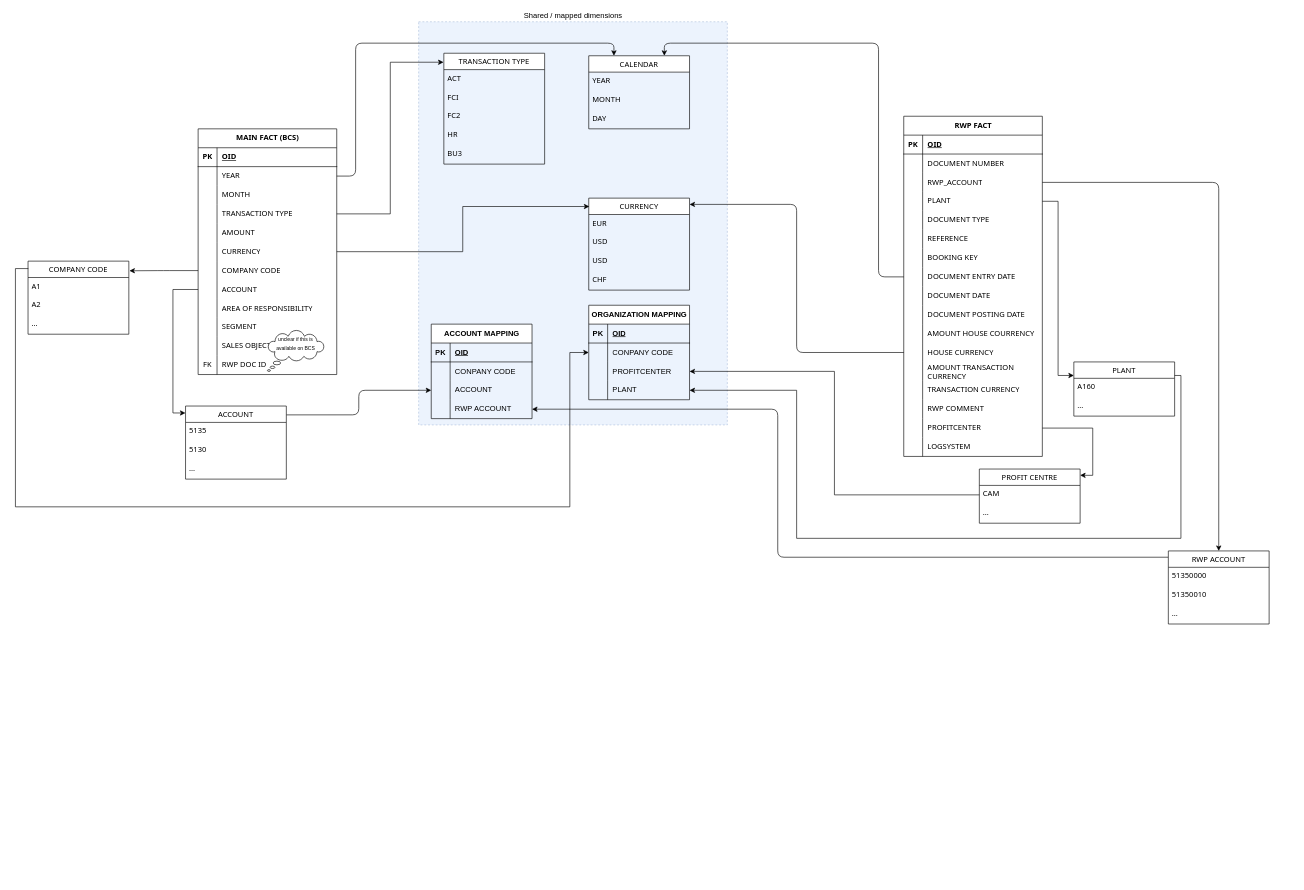
This is Untitled Diagram.drawio from fy-nn/test, a draw.io file, before an edit. Source tidied: cells renumbered, new cells numbered last; positions are measured from the earlier drawing's top-left corner, leaving out a move shared by most shapes. Both pictures are drawn from the tidied source at 63%, with x=0, y=0 at pixel (15, 21).
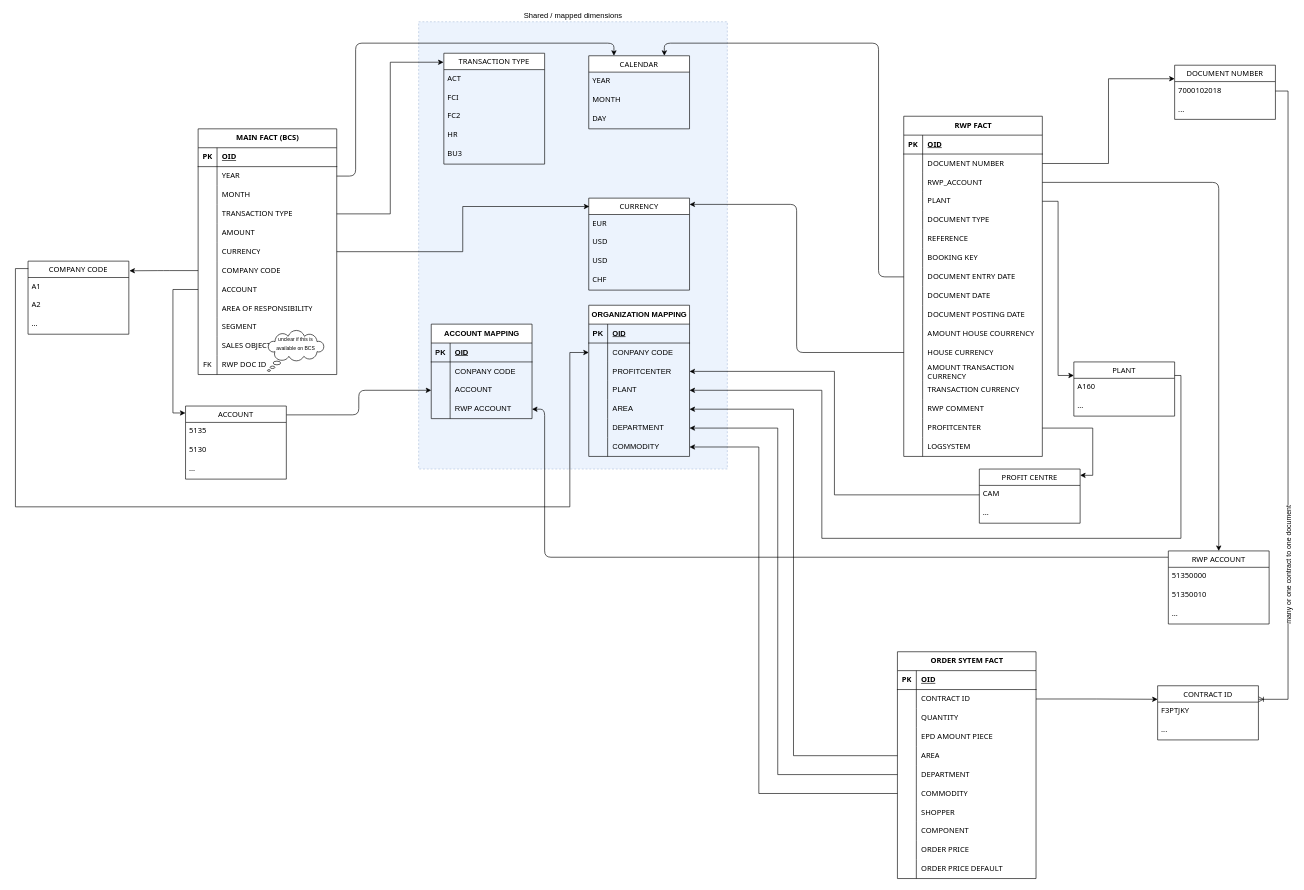
Above is the later version.

The change refers to these unchanged cells:
```xml
<mxCell id="76" style="shape=tableRow;horizontal=0;startSize=0;swimlaneHead=0;swimlaneBody=0;fillColor=none;points=[[0,0.5],[1,0.5]];portConstraint=eastwest;top=0;left=0;right=0;bottom=0;" parent="66" vertex="1">
  <mxGeometry y="120" width="160" height="30" as="geometry" />
</mxCell>
<mxCell id="81" value="RWP ACCOUNT" style="swimlane;fontStyle=0;horizontal=1;startSize=26;align=center;fontSize=12;hachureGap=4;fontFamily=Tahoma;rounded=0;" parent="1" vertex="1">
  <mxGeometry x="1830" y="840" width="160" height="116" as="geometry" />
</mxCell>
<mxCell id="101" style="shape=tableRow;horizontal=0;startSize=0;swimlaneHead=0;swimlaneBody=0;fillColor=none;points=[[0,0.5],[1,0.5]];portConstraint=eastwest;top=0;left=0;right=0;bottom=0;" parent="91" vertex="1">
  <mxGeometry y="120" width="160" height="30" as="geometry" />
</mxCell>
<mxCell id="114" style="shape=tableRow;horizontal=0;startSize=0;swimlaneHead=0;swimlaneBody=0;fillColor=none;points=[[0,0.5],[1,0.5]];portConstraint=eastwest;top=0;left=0;right=0;bottom=0;hachureGap=4;fontFamily=Tahoma;fontSize=12;rounded=0;" parent="110" vertex="1">
  <mxGeometry y="60" width="220" height="30" as="geometry" />
</mxCell>
<mxCell id="162" value="PLANT" style="swimlane;fontStyle=0;horizontal=1;startSize=26;align=center;fontSize=12;hachureGap=4;fontFamily=Tahoma;rounded=0;" parent="1" vertex="1">
  <mxGeometry x="1680" y="540" width="160" height="86" as="geometry" />
</mxCell>
```

The edit, as a diff of the source:
```diff
@@
     <mxCell id="2" value="Shared / mapped dimensions" style="verticalLabelPosition=top;verticalAlign=bottom;html=1;shape=mxgraph.basic.rect;fillColor2=none;strokeWidth=1;size=20;indent=5;fillColor=#dae8fc;strokeColor=#6c8ebf;dashed=1;shadow=0;opacity=50;horizontal=1;align=center;labelPosition=center;" parent="1" vertex="1">
-      <mxGeometry x="640" width="490" height="640" as="geometry" />
+      <mxGeometry x="640" width="490" height="710" as="geometry" />
     </mxCell>
@@
     <mxCell id="64" style="edgeStyle=orthogonalEdgeStyle;jettySize=auto;html=1;exitX=0;exitY=0.086;exitDx=0;exitDy=0;entryX=1;entryY=0.5;entryDx=0;entryDy=0;exitPerimeter=0;" parent="1" edge="1" source="81" target="76">
       <mxGeometry relative="1" as="geometry">
         <Array as="points">
-          <mxPoint x="1210" y="850" />
-          <mxPoint x="1210" y="615" />
+          <mxPoint x="840" y="850" />
+          <mxPoint x="840" y="615" />
         </Array>
       </mxGeometry>
     </mxCell>
@@
     <mxCell id="91" value="ORGANIZATION MAPPING" style="shape=table;startSize=30;childLayout=tableLayout;rowLines=0;fontStyle=1;align=center;html=1;" parent="1" vertex="1">
-      <mxGeometry x="910" y="450" width="160" height="150" as="geometry" />
+      <mxGeometry x="910" y="450" width="160" height="240" as="geometry" />
     </mxCell>
@@
+    <mxCell id="167" style="shape=tableRow;horizontal=0;startSize=0;swimlaneHead=0;swimlaneBody=0;fillColor=none;points=[[0,0.5],[1,0.5]];portConstraint=eastwest;top=0;left=0;right=0;bottom=0;" parent="91" vertex="1">
+      <mxGeometry y="150" width="160" height="30" as="geometry" />
+    </mxCell>
+    <mxCell id="168" style="shape=partialRectangle;fillColor=none;top=0;left=0;bottom=0;right=0;overflow=hidden;whiteSpace=wrap;html=1;" parent="167" vertex="1">
+      <mxGeometry width="30" height="30" as="geometry" />
+    </mxCell>
+    <mxCell id="169" value="AREA" style="shape=partialRectangle;fillColor=none;top=0;left=0;bottom=0;right=0;align=left;spacingLeft=6;overflow=hidden;whiteSpace=wrap;html=1;" parent="167" vertex="1">
+      <mxGeometry x="30" width="130" height="30" as="geometry" />
+    </mxCell>
+    <mxCell id="170" style="shape=tableRow;horizontal=0;startSize=0;swimlaneHead=0;swimlaneBody=0;fillColor=none;points=[[0,0.5],[1,0.5]];portConstraint=eastwest;top=0;left=0;right=0;bottom=0;" parent="91" vertex="1">
+      <mxGeometry y="180" width="160" height="30" as="geometry" />
+    </mxCell>
+    <mxCell id="171" style="shape=partialRectangle;fillColor=none;top=0;left=0;bottom=0;right=0;overflow=hidden;whiteSpace=wrap;html=1;" parent="170" vertex="1">
+      <mxGeometry width="30" height="30" as="geometry" />
+    </mxCell>
+    <mxCell id="172" value="DEPARTMENT" style="shape=partialRectangle;fillColor=none;top=0;left=0;bottom=0;right=0;align=left;spacingLeft=6;overflow=hidden;whiteSpace=wrap;html=1;" parent="170" vertex="1">
+      <mxGeometry x="30" width="130" height="30" as="geometry" />
+    </mxCell>
+    <mxCell id="173" style="shape=tableRow;horizontal=0;startSize=0;swimlaneHead=0;swimlaneBody=0;fillColor=none;points=[[0,0.5],[1,0.5]];portConstraint=eastwest;top=0;left=0;right=0;bottom=0;" parent="91" vertex="1">
+      <mxGeometry y="210" width="160" height="30" as="geometry" />
+    </mxCell>
+    <mxCell id="174" style="shape=partialRectangle;fillColor=none;top=0;left=0;bottom=0;right=0;overflow=hidden;whiteSpace=wrap;html=1;" parent="173" vertex="1">
+      <mxGeometry width="30" height="30" as="geometry" />
+    </mxCell>
+    <mxCell id="175" value="COMMODITY" style="shape=partialRectangle;fillColor=none;top=0;left=0;bottom=0;right=0;align=left;spacingLeft=6;overflow=hidden;whiteSpace=wrap;html=1;" parent="173" vertex="1">
+      <mxGeometry x="30" width="130" height="30" as="geometry" />
+    </mxCell>
@@
     <mxCell id="165" style="edgeStyle=orthogonalEdgeStyle;rounded=0;jettySize=auto;html=1;entryX=1;entryY=0.5;entryDx=0;entryDy=0;exitX=1;exitY=0.25;exitDx=0;exitDy=0;" parent="1" edge="1" source="162" target="101">
       <mxGeometry relative="1" as="geometry">
         <Array as="points">
           <mxPoint x="1850" y="562" />
           <mxPoint x="1850" y="820" />
-          <mxPoint x="1240" y="820" />
-          <mxPoint x="1240" y="585" />
+          <mxPoint x="1280" y="820" />
+          <mxPoint x="1280" y="585" />
         </Array>
       </mxGeometry>
     </mxCell>
@@
+    <mxCell id="176" value="ORDER SYTEM FACT" style="shape=table;startSize=30;childLayout=tableLayout;rowLines=0;fontStyle=1;align=center;html=1;hachureGap=4;fontFamily=Tahoma;fontSize=12;rounded=0;" parent="1" vertex="1">
+      <mxGeometry x="1400" y="1000" width="220" height="360" as="geometry" />
+    </mxCell>
+    <mxCell id="177" style="shape=tableRow;horizontal=0;startSize=0;swimlaneHead=0;swimlaneBody=0;fillColor=none;top=0;left=0;right=0;bottom=1;hachureGap=4;fontFamily=Tahoma;fontSize=12;rounded=0;" parent="176" vertex="1">
+      <mxGeometry y="30" width="220" height="30" as="geometry" />
+    </mxCell>
+    <mxCell id="178" value="PK" style="shape=partialRectangle;fillColor=none;top=0;left=0;bottom=0;right=0;fontStyle=1;overflow=hidden;whiteSpace=wrap;html=1;hachureGap=4;fontFamily=Tahoma;fontSize=12;rounded=0;" parent="177" vertex="1">
+      <mxGeometry width="30" height="30" as="geometry" />
+    </mxCell>
+    <mxCell id="179" value="OID" style="shape=partialRectangle;fillColor=none;top=0;left=0;bottom=0;right=0;align=left;spacingLeft=6;fontStyle=5;overflow=hidden;whiteSpace=wrap;html=1;hachureGap=4;fontFamily=Tahoma;fontSize=12;rounded=0;" parent="177" vertex="1">
+      <mxGeometry x="30" width="190" height="30" as="geometry" />
+    </mxCell>
+    <mxCell id="180" style="shape=tableRow;horizontal=0;startSize=0;swimlaneHead=0;swimlaneBody=0;fillColor=none;points=[[0,0.5],[1,0.5]];portConstraint=eastwest;top=0;left=0;right=0;bottom=0;hachureGap=4;fontFamily=Tahoma;fontSize=12;rounded=0;" parent="176" vertex="1">
+      <mxGeometry y="60" width="220" height="30" as="geometry" />
+    </mxCell>
+    <mxCell id="181" style="shape=partialRectangle;fillColor=none;top=0;left=0;bottom=0;right=0;overflow=hidden;whiteSpace=wrap;html=1;hachureGap=4;fontFamily=Tahoma;fontSize=12;rounded=0;" parent="180" vertex="1">
+      <mxGeometry width="30" height="30" as="geometry" />
+    </mxCell>
+    <mxCell id="182" value="CONTRACT ID" style="shape=partialRectangle;fillColor=none;top=0;left=0;bottom=0;right=0;align=left;spacingLeft=6;overflow=hidden;whiteSpace=wrap;html=1;hachureGap=4;fontFamily=Tahoma;fontSize=12;rounded=0;" parent="180" vertex="1">
+      <mxGeometry x="30" width="190" height="30" as="geometry" />
+    </mxCell>
+    <mxCell id="183" style="shape=tableRow;horizontal=0;startSize=0;swimlaneHead=0;swimlaneBody=0;fillColor=none;top=0;left=0;right=0;bottom=0;hachureGap=4;fontFamily=Tahoma;fontSize=12;rounded=0;" parent="176" vertex="1">
+      <mxGeometry y="90" width="220" height="30" as="geometry" />
+    </mxCell>
+    <mxCell id="184" style="shape=partialRectangle;fillColor=none;top=0;left=0;bottom=0;right=0;overflow=hidden;whiteSpace=wrap;html=1;hachureGap=4;fontFamily=Tahoma;fontSize=12;rounded=0;" parent="183" vertex="1">
+      <mxGeometry width="30" height="30" as="geometry" />
+    </mxCell>
+    <mxCell id="185" value="QUANTITY" style="shape=partialRectangle;fillColor=none;top=0;left=0;bottom=0;right=0;align=left;spacingLeft=6;overflow=hidden;whiteSpace=wrap;html=1;hachureGap=4;fontFamily=Tahoma;fontSize=12;rounded=0;" parent="183" vertex="1">
+      <mxGeometry x="30" width="190" height="30" as="geometry" />
+    </mxCell>
+    <mxCell id="186" style="shape=tableRow;horizontal=0;startSize=0;swimlaneHead=0;swimlaneBody=0;fillColor=none;top=0;left=0;right=0;bottom=0;hachureGap=4;fontFamily=Tahoma;fontSize=12;rounded=0;" parent="176" vertex="1">
+      <mxGeometry y="120" width="220" height="30" as="geometry" />
+    </mxCell>
+    <mxCell id="187" style="shape=partialRectangle;fillColor=none;top=0;left=0;bottom=0;right=0;overflow=hidden;whiteSpace=wrap;html=1;hachureGap=4;fontFamily=Tahoma;fontSize=12;rounded=0;" parent="186" vertex="1">
+      <mxGeometry width="30" height="30" as="geometry" />
+    </mxCell>
+    <mxCell id="188" value="EPD AMOUNT PIECE" style="shape=partialRectangle;fillColor=none;top=0;left=0;bottom=0;right=0;align=left;spacingLeft=6;overflow=hidden;whiteSpace=wrap;html=1;hachureGap=4;fontFamily=Tahoma;fontSize=12;rounded=0;" parent="186" vertex="1">
+      <mxGeometry x="30" width="190" height="30" as="geometry" />
+    </mxCell>
+    <mxCell id="189" style="shape=tableRow;horizontal=0;startSize=0;swimlaneHead=0;swimlaneBody=0;fillColor=none;points=[[0,0.5],[1,0.5]];portConstraint=eastwest;top=0;left=0;right=0;bottom=0;hachureGap=4;fontFamily=Tahoma;fontSize=12;rounded=0;" parent="176" vertex="1">
+      <mxGeometry y="150" width="220" height="30" as="geometry" />
+    </mxCell>
+    <mxCell id="190" style="shape=partialRectangle;fillColor=none;top=0;left=0;bottom=0;right=0;overflow=hidden;whiteSpace=wrap;html=1;hachureGap=4;fontFamily=Tahoma;fontSize=12;rounded=0;" parent="189" vertex="1">
+      <mxGeometry width="30" height="30" as="geometry" />
+    </mxCell>
+    <mxCell id="191" value="AREA" style="shape=partialRectangle;fillColor=none;top=0;left=0;bottom=0;right=0;align=left;spacingLeft=6;overflow=hidden;whiteSpace=wrap;html=1;hachureGap=4;fontFamily=Tahoma;fontSize=12;rounded=0;" parent="189" vertex="1">
+      <mxGeometry x="30" width="190" height="30" as="geometry" />
+    </mxCell>
+    <mxCell id="192" style="shape=tableRow;horizontal=0;startSize=0;swimlaneHead=0;swimlaneBody=0;fillColor=none;points=[[0,0.5],[1,0.5]];portConstraint=eastwest;top=0;left=0;right=0;bottom=0;hachureGap=4;fontFamily=Tahoma;fontSize=12;rounded=0;" parent="176" vertex="1">
+      <mxGeometry y="180" width="220" height="30" as="geometry" />
+    </mxCell>
+    <mxCell id="193" style="shape=partialRectangle;fillColor=none;top=0;left=0;bottom=0;right=0;overflow=hidden;whiteSpace=wrap;html=1;hachureGap=4;fontFamily=Tahoma;fontSize=12;rounded=0;" parent="192" vertex="1">
+      <mxGeometry width="30" height="30" as="geometry" />
+    </mxCell>
+    <mxCell id="194" value="DEPARTMENT" style="shape=partialRectangle;fillColor=none;top=0;left=0;bottom=0;right=0;align=left;spacingLeft=6;overflow=hidden;whiteSpace=wrap;html=1;hachureGap=4;fontFamily=Tahoma;fontSize=12;rounded=0;" parent="192" vertex="1">
+      <mxGeometry x="30" width="190" height="30" as="geometry" />
+    </mxCell>
+    <mxCell id="195" style="shape=tableRow;horizontal=0;startSize=0;swimlaneHead=0;swimlaneBody=0;fillColor=none;points=[[0,0.5],[1,0.5]];portConstraint=eastwest;top=0;left=0;right=0;bottom=0;hachureGap=4;fontFamily=Tahoma;fontSize=12;rounded=0;" parent="176" vertex="1">
+      <mxGeometry y="210" width="220" height="30" as="geometry" />
+    </mxCell>
+    <mxCell id="196" style="shape=partialRectangle;fillColor=none;top=0;left=0;bottom=0;right=0;overflow=hidden;whiteSpace=wrap;html=1;hachureGap=4;fontFamily=Tahoma;fontSize=12;rounded=0;" parent="195" vertex="1">
+      <mxGeometry width="30" height="30" as="geometry" />
+    </mxCell>
+    <mxCell id="197" value="COMMODITY" style="shape=partialRectangle;fillColor=none;top=0;left=0;bottom=0;right=0;align=left;spacingLeft=6;overflow=hidden;whiteSpace=wrap;html=1;hachureGap=4;fontFamily=Tahoma;fontSize=12;rounded=0;" parent="195" vertex="1">
+      <mxGeometry x="30" width="190" height="30" as="geometry" />
+    </mxCell>
+    <mxCell id="198" style="shape=tableRow;horizontal=0;startSize=0;swimlaneHead=0;swimlaneBody=0;fillColor=none;top=0;left=0;right=0;bottom=0;hachureGap=4;fontFamily=Tahoma;fontSize=12;rounded=0;" parent="176" vertex="1">
+      <mxGeometry y="240" width="220" height="30" as="geometry" />
+    </mxCell>
+    <mxCell id="199" style="shape=partialRectangle;fillColor=none;top=0;left=0;bottom=0;right=0;overflow=hidden;whiteSpace=wrap;html=1;hachureGap=4;fontFamily=Tahoma;fontSize=12;rounded=0;" parent="198" vertex="1">
+      <mxGeometry width="30" height="30" as="geometry" />
+    </mxCell>
+    <mxCell id="200" value="SHOPPER" style="shape=partialRectangle;fillColor=none;top=0;left=0;bottom=0;right=0;align=left;spacingLeft=6;overflow=hidden;whiteSpace=wrap;html=1;hachureGap=4;fontFamily=Tahoma;fontSize=12;rounded=0;" parent="198" vertex="1">
+      <mxGeometry x="30" width="190" height="30" as="geometry" />
+    </mxCell>
+    <mxCell id="201" style="shape=tableRow;horizontal=0;startSize=0;swimlaneHead=0;swimlaneBody=0;fillColor=none;top=0;left=0;right=0;bottom=0;hachureGap=4;fontFamily=Tahoma;fontSize=12;rounded=0;" parent="176" vertex="1">
+      <mxGeometry y="270" width="220" height="30" as="geometry" />
+    </mxCell>
+    <mxCell id="202" style="shape=partialRectangle;fillColor=none;top=0;left=0;bottom=0;right=0;overflow=hidden;whiteSpace=wrap;html=1;hachureGap=4;fontFamily=Tahoma;fontSize=12;rounded=0;" parent="201" vertex="1">
+      <mxGeometry width="30" height="30" as="geometry" />
+    </mxCell>
+    <mxCell id="203" value="COMPONENT" style="shape=partialRectangle;fillColor=none;top=0;left=0;bottom=0;right=0;align=left;spacingLeft=6;overflow=hidden;whiteSpace=wrap;html=1;hachureGap=4;fontFamily=Tahoma;fontSize=12;rounded=0;" parent="201" vertex="1">
+      <mxGeometry x="30" width="190" height="30" as="geometry" />
+    </mxCell>
+    <mxCell id="204" style="shape=tableRow;horizontal=0;startSize=0;swimlaneHead=0;swimlaneBody=0;fillColor=none;top=0;left=0;right=0;bottom=0;hachureGap=4;fontFamily=Tahoma;fontSize=12;rounded=0;" parent="176" vertex="1">
+      <mxGeometry y="300" width="220" height="30" as="geometry" />
+    </mxCell>
+    <mxCell id="205" style="shape=partialRectangle;fillColor=none;top=0;left=0;bottom=0;right=0;overflow=hidden;whiteSpace=wrap;html=1;hachureGap=4;fontFamily=Tahoma;fontSize=12;rounded=0;" parent="204" vertex="1">
+      <mxGeometry width="30" height="30" as="geometry" />
+    </mxCell>
+    <mxCell id="206" value="ORDER PRICE" style="shape=partialRectangle;fillColor=none;top=0;left=0;bottom=0;right=0;align=left;spacingLeft=6;overflow=hidden;whiteSpace=wrap;html=1;hachureGap=4;fontFamily=Tahoma;fontSize=12;rounded=0;" parent="204" vertex="1">
+      <mxGeometry x="30" width="190" height="30" as="geometry" />
+    </mxCell>
+    <mxCell id="207" style="shape=tableRow;horizontal=0;startSize=0;swimlaneHead=0;swimlaneBody=0;fillColor=none;top=0;left=0;right=0;bottom=0;hachureGap=4;fontFamily=Tahoma;fontSize=12;rounded=0;" parent="176" vertex="1">
+      <mxGeometry y="330" width="220" height="30" as="geometry" />
+    </mxCell>
+    <mxCell id="208" style="shape=partialRectangle;fillColor=none;top=0;left=0;bottom=0;right=0;overflow=hidden;whiteSpace=wrap;html=1;hachureGap=4;fontFamily=Tahoma;fontSize=12;rounded=0;" parent="207" vertex="1">
+      <mxGeometry width="30" height="30" as="geometry" />
+    </mxCell>
+    <mxCell id="209" value="ORDER PRICE DEFAULT" style="shape=partialRectangle;fillColor=none;top=0;left=0;bottom=0;right=0;align=left;spacingLeft=6;overflow=hidden;whiteSpace=wrap;html=1;hachureGap=4;fontFamily=Tahoma;fontSize=12;rounded=0;" parent="207" vertex="1">
+      <mxGeometry x="30" width="190" height="30" as="geometry" />
+    </mxCell>
+    <mxCell id="210" style="edgeStyle=orthogonalEdgeStyle;rounded=0;jettySize=auto;html=1;exitX=1;exitY=0.25;exitDx=0;exitDy=0;entryX=1;entryY=0.5;entryDx=0;entryDy=0;startArrow=ERoneToMany;startFill=0;endArrow=none;endFill=0;" parent="1" edge="1" source="212" target="217">
+      <mxGeometry relative="1" as="geometry" />
+    </mxCell>
+    <mxCell id="211" value="many or one contract to one document" style="edgeLabel;html=1;align=center;verticalAlign=middle;rotation=-90;" parent="210" vertex="1">
+      <mxGeometry x="-0.75" y="-1" relative="1" as="geometry">
+        <mxPoint x="-1" y="-130" as="offset" />
+      </mxGeometry>
+    </mxCell>
+    <mxCell id="212" value="CONTRACT ID" style="swimlane;fontStyle=0;horizontal=1;startSize=26;align=center;fontSize=12;hachureGap=4;fontFamily=Tahoma;rounded=0;" parent="1" vertex="1">
+      <mxGeometry x="1813" y="1054" width="160" height="86" as="geometry" />
+    </mxCell>
+    <mxCell id="213" value="F3PTJKY" style="text;strokeColor=none;fillColor=none;spacingLeft=4;spacingRight=4;overflow=hidden;fontSize=12;whiteSpace=wrap;html=1;fontFamily=Tahoma;rounded=0;" parent="212" vertex="1">
+      <mxGeometry y="26" width="160" height="30" as="geometry" />
+    </mxCell>
+    <mxCell id="214" value="..." style="text;strokeColor=none;fillColor=none;spacingLeft=4;spacingRight=4;overflow=hidden;fontSize=12;whiteSpace=wrap;html=1;fontFamily=Tahoma;rounded=0;" parent="212" vertex="1">
+      <mxGeometry y="56" width="160" height="30" as="geometry" />
+    </mxCell>
+    <mxCell id="215" style="edgeStyle=orthogonalEdgeStyle;rounded=0;jettySize=auto;html=1;exitX=1;exitY=0.5;exitDx=0;exitDy=0;entryX=0;entryY=0.25;entryDx=0;entryDy=0;" parent="1" edge="1" source="180" target="212">
+      <mxGeometry relative="1" as="geometry" />
+    </mxCell>
+    <mxCell id="216" value="DOCUMENT NUMBER" style="swimlane;fontStyle=0;horizontal=1;startSize=26;align=center;fontSize=12;hachureGap=4;fontFamily=Tahoma;rounded=0;" parent="1" vertex="1">
+      <mxGeometry x="1840" y="69" width="160" height="86" as="geometry" />
+    </mxCell>
+    <mxCell id="217" value="&lt;div&gt;7000102018&lt;/div&gt;" style="text;strokeColor=none;fillColor=none;spacingLeft=4;spacingRight=4;overflow=hidden;points=[[0,0.5],[1,0.5]];portConstraint=eastwest;fontSize=12;whiteSpace=wrap;html=1;fontFamily=Tahoma;rounded=0;" parent="216" vertex="1">
+      <mxGeometry y="26" width="160" height="30" as="geometry" />
+    </mxCell>
+    <mxCell id="218" value="..." style="text;strokeColor=none;fillColor=none;spacingLeft=4;spacingRight=4;overflow=hidden;fontSize=12;whiteSpace=wrap;html=1;fontFamily=Tahoma;rounded=0;" parent="216" vertex="1">
+      <mxGeometry y="56" width="160" height="30" as="geometry" />
+    </mxCell>
+    <mxCell id="219" style="edgeStyle=orthogonalEdgeStyle;rounded=0;jettySize=auto;html=1;entryX=0;entryY=0.25;entryDx=0;entryDy=0;" parent="1" edge="1" source="114" target="216">
+      <mxGeometry relative="1" as="geometry" />
+    </mxCell>
+    <mxCell id="220" style="edgeStyle=orthogonalEdgeStyle;rounded=0;jettySize=auto;html=1;entryX=1;entryY=0.5;entryDx=0;entryDy=0;" parent="1" edge="1" source="189" target="167">
+      <mxGeometry relative="1" as="geometry" />
+    </mxCell>
+    <mxCell id="221" style="edgeStyle=orthogonalEdgeStyle;rounded=0;jettySize=auto;html=1;exitX=0;exitY=0.5;exitDx=0;exitDy=0;entryX=1;entryY=0.5;entryDx=0;entryDy=0;" parent="1" edge="1" source="192" target="170">
+      <mxGeometry relative="1" as="geometry">
+        <Array as="points">
+          <mxPoint x="1210" y="1195" />
+          <mxPoint x="1210" y="645" />
+        </Array>
+      </mxGeometry>
+    </mxCell>
+    <mxCell id="222" style="edgeStyle=orthogonalEdgeStyle;rounded=0;jettySize=auto;html=1;exitX=0;exitY=0.5;exitDx=0;exitDy=0;entryX=1;entryY=0.5;entryDx=0;entryDy=0;" parent="1" edge="1" source="195" target="173">
+      <mxGeometry relative="1" as="geometry">
+        <Array as="points">
+          <mxPoint x="1180" y="1225" />
+          <mxPoint x="1180" y="675" />
+        </Array>
+      </mxGeometry>
+    </mxCell>
```
